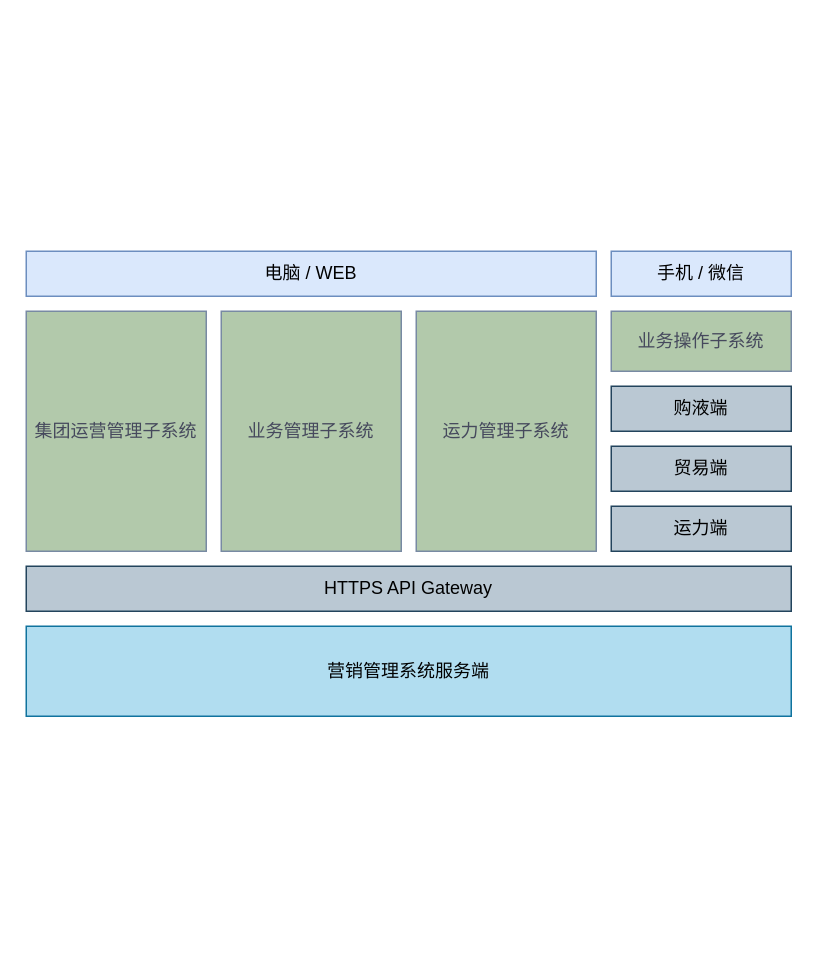
Before: Untitled Diagram.drawio in daijingjing/daijingjing.github.io, a draw.io diagram. Source tidied: cells renumbered, new cells numbered last; positions are measured from the earlier drawing's top-left corner, leaving out a move shared by most shapes. Both pictures are drawn from the tidied source at 150%, with x=0, y=0 at pixel (26, 250).
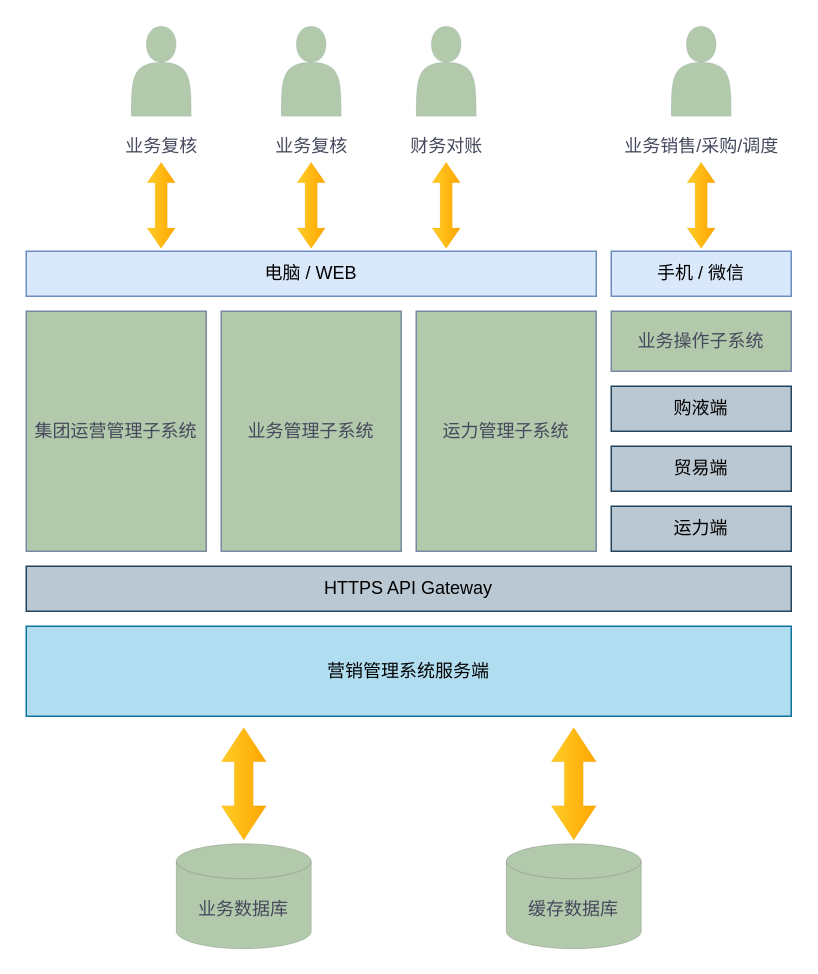
The same diagram, later.

What changed in the source:
```diff
@@
+    <mxCell id="13" value="业务数据库" style="strokeWidth=0;html=1;shape=mxgraph.flowchart.database;whiteSpace=wrap;rounded=0;sketch=0;fontColor=#46495D;fillColor=#B2C9AB;spacing=1;spacingTop=18;" parent="1" vertex="1">
+      <mxGeometry x="100" y="395" width="90" height="70" as="geometry" />
+    </mxCell>
+    <mxCell id="14" value="缓存数据库" style="strokeWidth=0;html=1;shape=mxgraph.flowchart.database;whiteSpace=wrap;rounded=0;sketch=0;fontColor=#46495D;fillColor=#B2C9AB;spacing=2;spacingTop=18;" parent="1" vertex="1">
+      <mxGeometry x="320" y="395" width="90" height="70" as="geometry" />
+    </mxCell>
+    <mxCell id="15" style="html=1;shadow=0;dashed=0;align=center;verticalAlign=middle;shape=mxgraph.arrows2.twoWayArrow;dy=0.58;dx=22.83;rounded=0;sketch=0;strokeColor=#d79b00;strokeWidth=0;fillColor=#ffcd28;rotation=-90;gradientColor=#ffa500;" parent="1" vertex="1">
+      <mxGeometry x="107.5" y="340" width="75" height="30" as="geometry" />
+    </mxCell>
+    <mxCell id="16" style="html=1;shadow=0;dashed=0;align=center;verticalAlign=middle;shape=mxgraph.arrows2.twoWayArrow;dy=0.58;dx=22.83;rounded=0;sketch=0;strokeColor=#d79b00;strokeWidth=0;fillColor=#ffcd28;rotation=-90;gradientColor=#ffa500;" parent="1" vertex="1">
+      <mxGeometry x="327.5" y="340" width="75" height="30" as="geometry" />
+    </mxCell>
+    <mxCell id="17" style="group;" parent="1" vertex="1">
+      <mxGeometry x="140" y="-150" width="100" height="100" as="geometry" />
+    </mxCell>
+    <mxCell id="18" style="shape=actor;whiteSpace=wrap;html=1;rounded=0;sketch=0;fontColor=#46495D;strokeColor=#788AA3;strokeWidth=0;fillColor=#B2C9AB;" parent="17" vertex="1">
+      <mxGeometry x="30" width="40" height="60" as="geometry" />
+    </mxCell>
+    <mxCell id="19" value="业务复核" style="text;strokeColor=none;fillColor=none;html=1;fontSize=12;fontStyle=0;verticalAlign=middle;align=center;rounded=0;sketch=0;fontColor=#46495D;" parent="17" vertex="1">
+      <mxGeometry y="60" width="100" height="40" as="geometry" />
+    </mxCell>
+    <mxCell id="20" style="group;" parent="1" vertex="1">
+      <mxGeometry x="230" y="-150" width="100" height="100" as="geometry" />
+    </mxCell>
+    <mxCell id="21" style="shape=actor;whiteSpace=wrap;html=1;rounded=0;sketch=0;fontColor=#46495D;strokeColor=#788AA3;strokeWidth=0;fillColor=#B2C9AB;" parent="20" vertex="1">
+      <mxGeometry x="30" width="40" height="60" as="geometry" />
+    </mxCell>
+    <mxCell id="22" value="财务对账" style="text;strokeColor=none;fillColor=none;html=1;fontSize=12;fontStyle=0;verticalAlign=middle;align=center;rounded=0;sketch=0;fontColor=#46495D;" parent="20" vertex="1">
+      <mxGeometry y="60" width="100" height="40" as="geometry" />
+    </mxCell>
+    <mxCell id="23" style="group;" parent="1" vertex="1">
+      <mxGeometry x="400" y="-150" width="100" height="100" as="geometry" />
+    </mxCell>
+    <mxCell id="24" style="shape=actor;whiteSpace=wrap;html=1;rounded=0;sketch=0;fontColor=#46495D;strokeColor=#788AA3;strokeWidth=0;fillColor=#B2C9AB;" parent="23" vertex="1">
+      <mxGeometry x="30" width="40" height="60" as="geometry" />
+    </mxCell>
+    <mxCell id="25" value="业务销售/采购/调度" style="text;strokeColor=none;fillColor=none;html=1;fontSize=12;fontStyle=0;verticalAlign=middle;align=center;rounded=0;sketch=0;fontColor=#46495D;" parent="23" vertex="1">
+      <mxGeometry y="60" width="100" height="40" as="geometry" />
+    </mxCell>
+    <mxCell id="26" style="group;" parent="1" vertex="1">
+      <mxGeometry x="40" y="-150" width="100" height="100" as="geometry" />
+    </mxCell>
+    <mxCell id="27" style="shape=actor;whiteSpace=wrap;html=1;rounded=0;sketch=0;fontColor=#46495D;strokeColor=#788AA3;strokeWidth=0;fillColor=#B2C9AB;" parent="26" vertex="1">
+      <mxGeometry x="30" width="40" height="60" as="geometry" />
+    </mxCell>
+    <mxCell id="28" value="业务复核" style="text;strokeColor=none;fillColor=none;html=1;fontSize=12;fontStyle=0;verticalAlign=middle;align=center;rounded=0;sketch=0;fontColor=#46495D;" parent="26" vertex="1">
+      <mxGeometry y="60" width="100" height="40" as="geometry" />
+    </mxCell>
+    <mxCell id="29" style="html=1;shadow=0;dashed=0;align=center;verticalAlign=middle;shape=mxgraph.arrows2.twoWayArrow;dy=0.57;dx=13.67;rounded=0;sketch=0;strokeColor=#d79b00;strokeWidth=0;fillColor=#ffcd28;rotation=-90;gradientColor=#ffa500;" parent="1" vertex="1">
+      <mxGeometry x="61.2" y="-40" width="57.5" height="18.8" as="geometry" />
+    </mxCell>
+    <mxCell id="30" style="html=1;shadow=0;dashed=0;align=center;verticalAlign=middle;shape=mxgraph.arrows2.twoWayArrow;dy=0.57;dx=13.67;rounded=0;sketch=0;strokeColor=#d79b00;strokeWidth=0;fillColor=#ffcd28;rotation=-90;gradientColor=#ffa500;" parent="1" vertex="1">
+      <mxGeometry x="161.2" y="-40" width="57.5" height="18.8" as="geometry" />
+    </mxCell>
+    <mxCell id="31" style="html=1;shadow=0;dashed=0;align=center;verticalAlign=middle;shape=mxgraph.arrows2.twoWayArrow;dy=0.57;dx=13.67;rounded=0;sketch=0;strokeColor=#d79b00;strokeWidth=0;fillColor=#ffcd28;rotation=-90;gradientColor=#ffa500;" parent="1" vertex="1">
+      <mxGeometry x="251.2" y="-40" width="57.5" height="18.8" as="geometry" />
+    </mxCell>
+    <mxCell id="32" style="html=1;shadow=0;dashed=0;align=center;verticalAlign=middle;shape=mxgraph.arrows2.twoWayArrow;dy=0.57;dx=13.67;rounded=0;sketch=0;strokeColor=#d79b00;strokeWidth=0;fillColor=#ffcd28;rotation=-90;gradientColor=#ffa500;" parent="1" vertex="1">
+      <mxGeometry x="421.2" y="-40" width="57.5" height="18.8" as="geometry" />
+    </mxCell>
```
